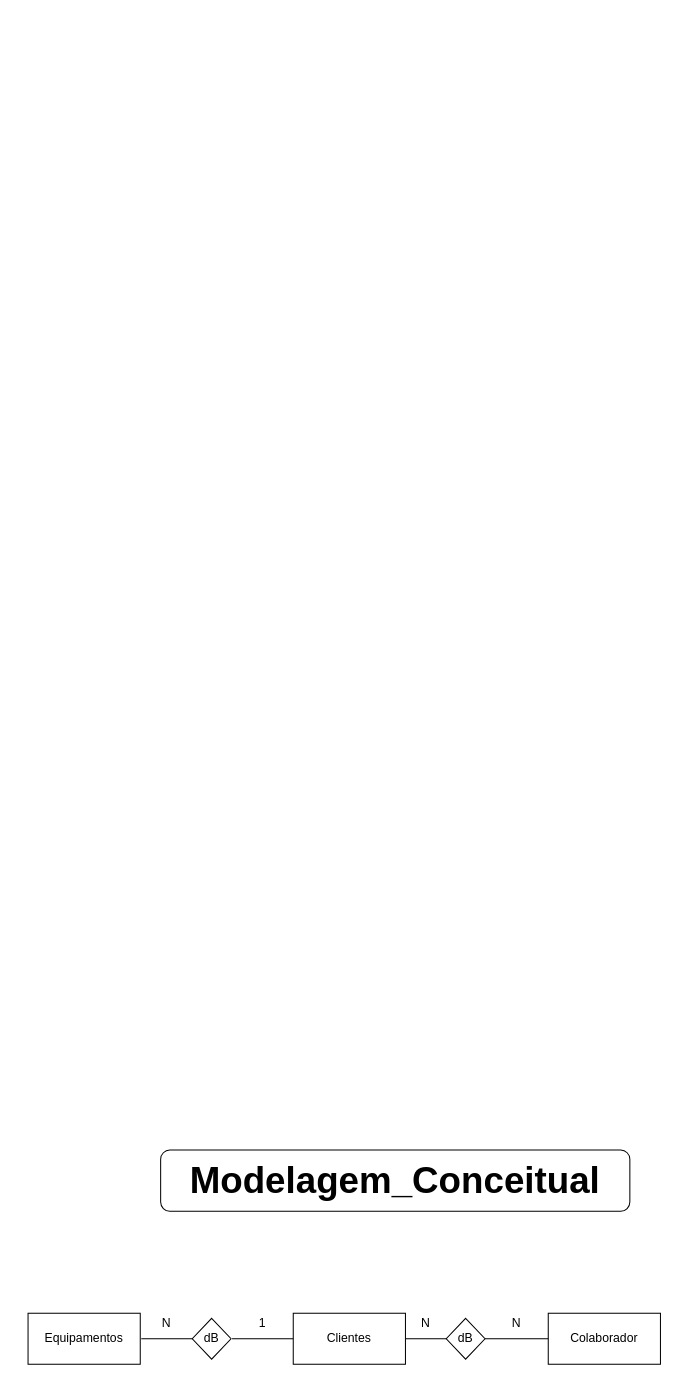
Earlier version of the draw.io diagram page "Page-1" (1 of 2) of Exercicios/ModelagemOptus.drawio (amadorsenai/Banco-de-dados---S12T). Source tidied: cells renumbered, new cells numbered last; positions are measured from the earlier drawing's top-left corner, leaving out a move shared by most shapes. Both pictures are drawn from the tidied source at 102%, with x=0, y=0 at pixel (28, 1150).
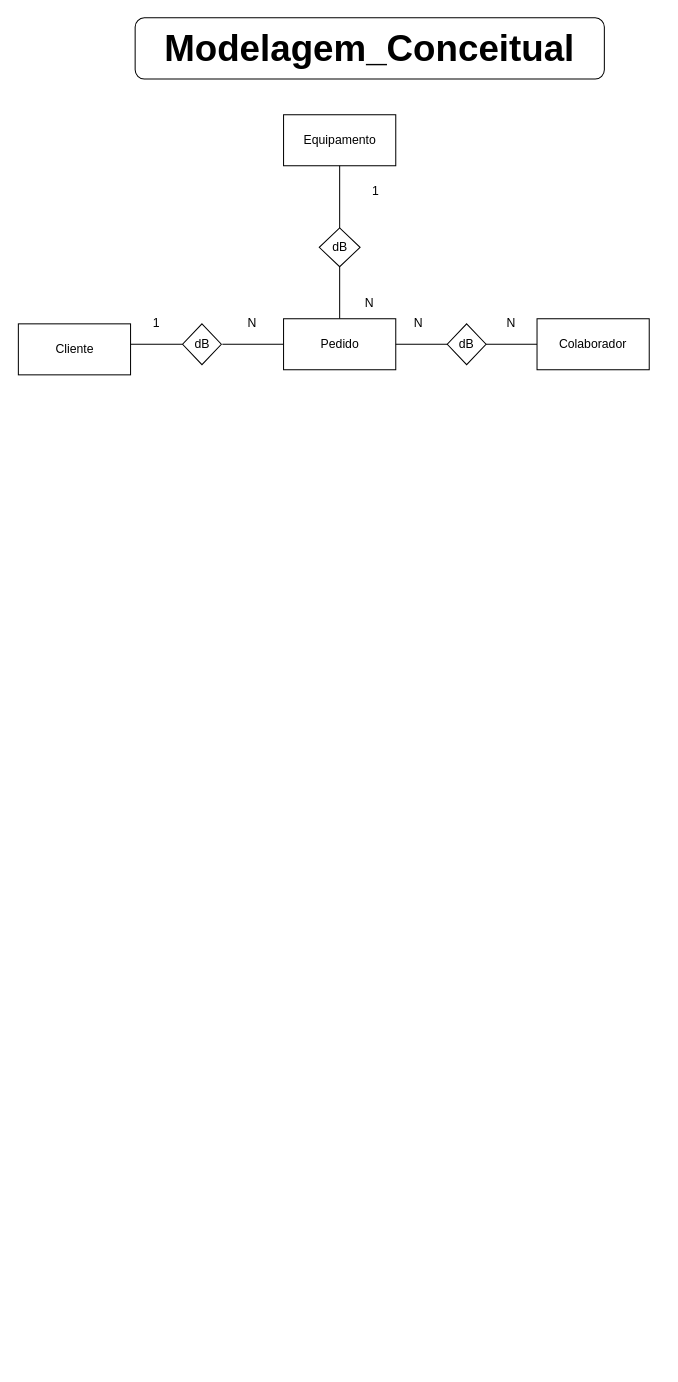
After the change.

The edit, as a diff of the source:
```diff
@@
     <mxCell id="2" value="&lt;b&gt;&lt;font style=&quot;font-size: 36px&quot;&gt;Modelagem_Conceitual&lt;/font&gt;&lt;/b&gt;" style="rounded=1;whiteSpace=wrap;html=1;" parent="1" vertex="1">
-      <mxGeometry x="130" width="460" height="60" as="geometry" />
+      <mxGeometry x="105" y="-1110" width="460" height="60" as="geometry" />
     </mxCell>
-    <mxCell id="3" value="Clientes" style="rounded=0;whiteSpace=wrap;html=1;" parent="1" vertex="1">
-      <mxGeometry x="260" y="160" width="110" height="50" as="geometry" />
+    <mxCell id="3" value="Equipamento" style="rounded=0;whiteSpace=wrap;html=1;" parent="1" vertex="1">
+      <mxGeometry x="250.5" y="-1015" width="110" height="50" as="geometry" />
     </mxCell>
     <mxCell id="4" value="Colaborador" style="rounded=0;whiteSpace=wrap;html=1;" parent="1" vertex="1">
-      <mxGeometry x="510" y="160" width="110" height="50" as="geometry" />
+      <mxGeometry x="499" y="-815" width="110" height="50" as="geometry" />
     </mxCell>
-    <mxCell id="5" value="dB" style="rhombus;whiteSpace=wrap;html=1;" parent="1" vertex="1">
-      <mxGeometry x="410" y="165" width="38" height="40" as="geometry" />
+    <mxCell id="5" value="dB" style="rhombus;whiteSpace=wrap;html=1;direction=south;" parent="1" vertex="1">
+      <mxGeometry x="285.5" y="-904" width="40" height="38" as="geometry" />
     </mxCell>
-    <mxCell id="6" style="endArrow=none;html=1;entryX=1;entryY=0.5;entryDx=0;entryDy=0;exitX=0;exitY=0.5;exitDx=0;exitDy=0;" parent="1" edge="1" source="5" target="3">
+    <mxCell id="6" style="endArrow=none;html=1;entryX=0.5;entryY=1;entryDx=0;entryDy=0;exitX=0;exitY=0.5;exitDx=0;exitDy=0;" parent="1" edge="1" source="5" target="3">
       <mxGeometry relative="1" as="geometry" />
     </mxCell>
-    <mxCell id="7" style="endArrow=none;html=1;entryX=0;entryY=0.5;entryDx=0;entryDy=0;exitX=1;exitY=0.5;exitDx=0;exitDy=0;" parent="1" edge="1" source="5" target="4">
+    <mxCell id="7" style="endArrow=none;html=1;entryX=0.5;entryY=0;entryDx=0;entryDy=0;exitX=1;exitY=0.5;exitDx=0;exitDy=0;" parent="1" edge="1" source="5" target="16">
       <mxGeometry relative="1" as="geometry" />
     </mxCell>
-    <mxCell id="8" value="N" style="text;html=1;strokeColor=none;fillColor=none;align=center;verticalAlign=middle;whiteSpace=wrap;rounded=0;" parent="1" vertex="1">
-      <mxGeometry x="370" y="160" width="40" height="20" as="geometry" />
+    <mxCell id="8" value="1" style="text;html=1;strokeColor=none;fillColor=none;align=center;verticalAlign=middle;whiteSpace=wrap;rounded=0;" parent="1" vertex="1">
+      <mxGeometry x="320.5" y="-950" width="40" height="20" as="geometry" />
     </mxCell>
     <mxCell id="9" value="N" style="text;html=1;strokeColor=none;fillColor=none;align=center;verticalAlign=middle;whiteSpace=wrap;rounded=0;" parent="1" vertex="1">
-      <mxGeometry x="459" y="160" width="40" height="20" as="geometry" />
+      <mxGeometry x="454" y="-820" width="40" height="20" as="geometry" />
     </mxCell>
-    <mxCell id="10" value="Equipamentos" style="rounded=0;whiteSpace=wrap;html=1;" parent="1" vertex="1">
-      <mxGeometry y="160" width="110" height="50" as="geometry" />
+    <mxCell id="10" value="Cliente" style="rounded=0;whiteSpace=wrap;html=1;" parent="1" vertex="1">
+      <mxGeometry x="-9.5" y="-810" width="110" height="50" as="geometry" />
     </mxCell>
     <mxCell id="11" value="dB" style="rhombus;whiteSpace=wrap;html=1;" parent="1" vertex="1">
-      <mxGeometry x="161" y="165" width="38" height="40" as="geometry" />
+      <mxGeometry x="151.5" y="-810" width="38" height="40" as="geometry" />
     </mxCell>
-    <mxCell id="12" style="endArrow=none;html=1;entryX=1;entryY=0.5;entryDx=0;entryDy=0;exitX=0;exitY=0.5;exitDx=0;exitDy=0;" parent="1" edge="1">
+    <mxCell id="12" style="endArrow=none;html=1;exitX=0;exitY=0.5;exitDx=0;exitDy=0;" parent="1" edge="1" source="11">
       <mxGeometry relative="1" as="geometry">
-        <mxPoint x="161" y="185" as="sourcePoint" />
-        <mxPoint x="111" y="185" as="targetPoint" />
+        <mxPoint x="100.5" y="-790" as="targetPoint" />
       </mxGeometry>
     </mxCell>
-    <mxCell id="13" style="endArrow=none;html=1;entryX=0;entryY=0.5;entryDx=0;entryDy=0;" parent="1" edge="1" target="3">
+    <mxCell id="13" style="endArrow=none;html=1;entryX=0;entryY=0.5;entryDx=0;entryDy=0;" parent="1" edge="1" target="16">
       <mxGeometry relative="1" as="geometry">
-        <mxPoint x="200" y="185" as="sourcePoint" />
+        <mxPoint x="190.5" y="-790" as="sourcePoint" />
       </mxGeometry>
     </mxCell>
     <mxCell id="14" value="N" style="text;html=1;strokeColor=none;fillColor=none;align=center;verticalAlign=middle;whiteSpace=wrap;rounded=0;" parent="1" vertex="1">
-      <mxGeometry x="115.5" y="160" width="40" height="20" as="geometry" />
+      <mxGeometry x="200" y="-820" width="40" height="20" as="geometry" />
     </mxCell>
     <mxCell id="15" value="1" style="text;html=1;strokeColor=none;fillColor=none;align=center;verticalAlign=middle;whiteSpace=wrap;rounded=0;" parent="1" vertex="1">
-      <mxGeometry x="209.5" y="160" width="40" height="20" as="geometry" />
+      <mxGeometry x="106" y="-820" width="40" height="20" as="geometry" />
     </mxCell>
+    <mxCell id="16" value="Pedido" style="rounded=0;whiteSpace=wrap;html=1;" parent="1" vertex="1">
+      <mxGeometry x="250.5" y="-815" width="110" height="50" as="geometry" />
+    </mxCell>
+    <mxCell id="17" value="dB" style="rhombus;whiteSpace=wrap;html=1;" parent="1" vertex="1">
+      <mxGeometry x="411" y="-810" width="38" height="40" as="geometry" />
+    </mxCell>
+    <mxCell id="18" style="endArrow=none;html=1;entryX=1;entryY=0.5;entryDx=0;entryDy=0;exitX=0;exitY=0.5;exitDx=0;exitDy=0;" parent="1" edge="1" source="17" target="16">
+      <mxGeometry relative="1" as="geometry" />
+    </mxCell>
+    <mxCell id="19" style="endArrow=none;html=1;entryX=1;entryY=0.5;entryDx=0;entryDy=0;exitX=0;exitY=0.5;exitDx=0;exitDy=0;" parent="1" edge="1" source="4" target="17">
+      <mxGeometry relative="1" as="geometry" />
+    </mxCell>
+    <mxCell id="20" value="N" style="text;html=1;strokeColor=none;fillColor=none;align=center;verticalAlign=middle;whiteSpace=wrap;rounded=0;" parent="1" vertex="1">
+      <mxGeometry x="315" y="-840" width="40" height="20" as="geometry" />
+    </mxCell>
+    <mxCell id="21" value="N" style="text;html=1;strokeColor=none;fillColor=none;align=center;verticalAlign=middle;whiteSpace=wrap;rounded=0;" parent="1" vertex="1">
+      <mxGeometry x="363" y="-820" width="40" height="20" as="geometry" />
+    </mxCell>
```
